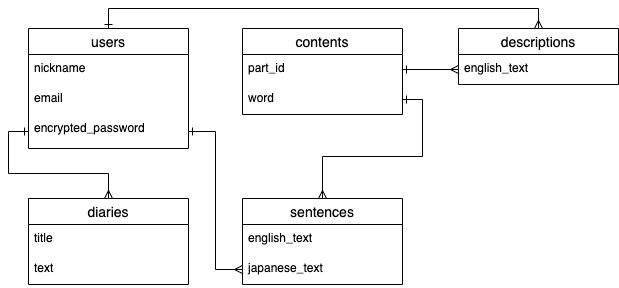
Above: ER.drawio.png in Chukoto/wordstock (draw.io), before the change. Source tidied: cells renumbered, new cells last; positions are measured from the earlier drawing's top-left corner, leaving out a move shared by most shapes.
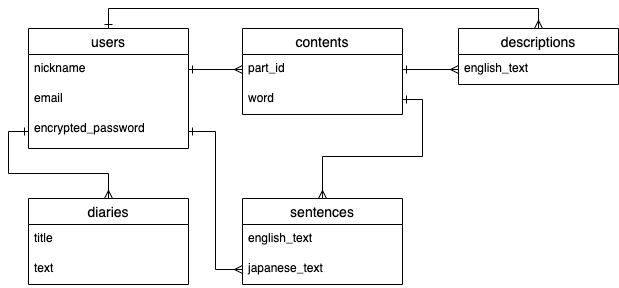
After the change.

Commit message:
ER図、ReadMe修正（userが複数のcontentsを持つように修正）

Diff of the diagram source:
```diff
@@ -62,5 +62,8 @@
     <mxCell id="21" style="edgeStyle=orthogonalEdgeStyle;rounded=0;jettySize=auto;html=1;exitX=0;exitY=0.5;exitDx=0;exitDy=0;entryX=1;entryY=0.5;entryDx=0;entryDy=0;endArrow=ERone;endFill=0;startArrow=ERmany;startFill=0;" parent="1" edge="1" source="20" target="8">
       <mxGeometry relative="1" as="geometry" />
     </mxCell>
+    <mxCell id="22" style="edgeStyle=orthogonalEdgeStyle;rounded=0;jettySize=auto;html=1;exitX=1;exitY=0.5;exitDx=0;exitDy=0;entryX=0;entryY=0.5;entryDx=0;entryDy=0;startArrow=ERone;startFill=0;endArrow=ERmany;endFill=0;" parent="1" edge="1" source="4" target="8">
+      <mxGeometry relative="1" as="geometry" />
+    </mxCell>
   </root>
 </mxGraphModel>
```
